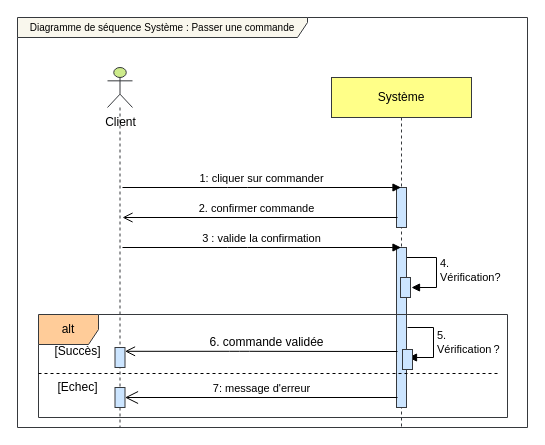
amine-elarass49/angular_doc keeps this draw.io diagram as scenario_client_go_order.drawio. Above is the earlier version. Source tidied: cells renumbered, new cells numbered last; positions are measured from the earlier drawing's top-left corner, leaving out a move shared by most shapes. Both pictures are drawn from the tidied source at 100%, with x=0, y=0 at pixel (17, 17).
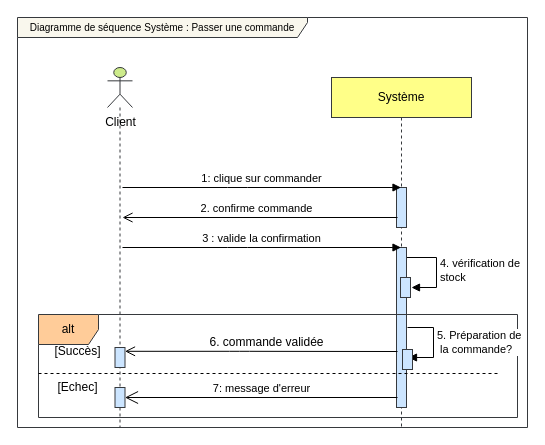
Above is the later version.

The change refers to these unchanged cells:
```xml
<mxCell id="5" value="Système" style="shape=umlLifeline;perimeter=lifelinePerimeter;whiteSpace=wrap;html=1;fillColor=#ffff88;strokeColor=#36393d;" parent="1" vertex="1">
  <mxGeometry x="314" y="60" width="140" height="350" as="geometry" />
</mxCell>
<mxCell id="7" style="html=1;verticalAlign=bottom;endArrow=open;endSize=8;" parent="5" edge="1">
  <mxGeometry relative="1" as="geometry">
    <mxPoint x="66" y="140" as="sourcePoint" />
    <mxPoint x="-209" y="140" as="targetPoint" />
    <Array as="points">
      <mxPoint x="-89.5" y="140" />
    </Array>
  </mxGeometry>
</mxCell>
```

Diff of the diagram source:
```diff
@@
-    <mxCell id="8" value="2. confirmer commande" style="edgeLabel;html=1;align=center;verticalAlign=middle;" parent="7" vertex="1">
+    <mxCell id="8" value="2. confirme commande" style="edgeLabel;html=1;align=center;verticalAlign=middle;" parent="7" vertex="1">
       <mxGeometry x="0.31" relative="1" as="geometry">
         <mxPoint x="38" y="-10" as="offset" />
       </mxGeometry>
     </mxCell>
-    <mxCell id="9" value="&lt;div&gt;4.&amp;nbsp;&lt;/div&gt;&lt;div&gt;Vérification?&lt;/div&gt;" style="html=1;align=left;spacingLeft=2;endArrow=block;rounded=0;edgeStyle=orthogonalEdgeStyle;curved=0;rounded=0;" parent="5" edge="1">
+    <mxCell id="9" value="&lt;div&gt;4. vérification de&amp;nbsp;&lt;/div&gt;&lt;div&gt;stock&lt;br&gt;&lt;/div&gt;" style="html=1;align=left;spacingLeft=2;endArrow=block;rounded=0;edgeStyle=orthogonalEdgeStyle;curved=0;rounded=0;" parent="5" edge="1">
       <mxGeometry relative="1" as="geometry">
         <mxPoint x="75" y="180" as="sourcePoint" />
         <mxPoint x="80" y="210" as="targetPoint" />
         <Array as="points">
           <mxPoint x="105" y="210" />
         </Array>
       </mxGeometry>
     </mxCell>
@@
     <mxCell id="12" value="alt" style="shape=umlFrame;whiteSpace=wrap;html=1;fillColor=#ffcc99;strokeColor=#36393d;" parent="1" vertex="1">
-      <mxGeometry x="21" y="297" width="469" height="103" as="geometry" />
+      <mxGeometry x="21" y="297" width="479" height="103" as="geometry" />
     </mxCell>
-    <mxCell id="13" value="1: cliquer sur commander" style="html=1;verticalAlign=bottom;endArrow=block;" parent="1" edge="1">
+    <mxCell id="13" value="1: clique sur commander" style="html=1;verticalAlign=bottom;endArrow=block;" parent="1" edge="1">
       <mxGeometry relative="1" as="geometry">
         <mxPoint x="105" y="170" as="sourcePoint" />
         <mxPoint x="383.5" y="170" as="targetPoint" />
         <Array as="points">
           <mxPoint x="220" y="170" />
         </Array>
       </mxGeometry>
     </mxCell>
@@
-    <mxCell id="23" value="&lt;div&gt;5.&amp;nbsp;&lt;/div&gt;&lt;div&gt;Vérification ?&lt;/div&gt;" style="html=1;align=left;spacingLeft=2;endArrow=block;rounded=0;edgeStyle=orthogonalEdgeStyle;curved=0;rounded=0;" parent="1" edge="1">
+    <mxCell id="23" value="&lt;div&gt;5. Préparation de&lt;/div&gt;&lt;div&gt;&amp;nbsp;la commande?&lt;/div&gt;" style="html=1;align=left;spacingLeft=2;endArrow=block;rounded=0;edgeStyle=orthogonalEdgeStyle;curved=0;rounded=0;" parent="1" edge="1">
       <mxGeometry relative="1" as="geometry">
         <mxPoint x="390" y="310" as="sourcePoint" />
         <mxPoint x="391" y="340" as="targetPoint" />
         <Array as="points">
           <mxPoint x="416" y="340" />
         </Array>
       </mxGeometry>
     </mxCell>
```
